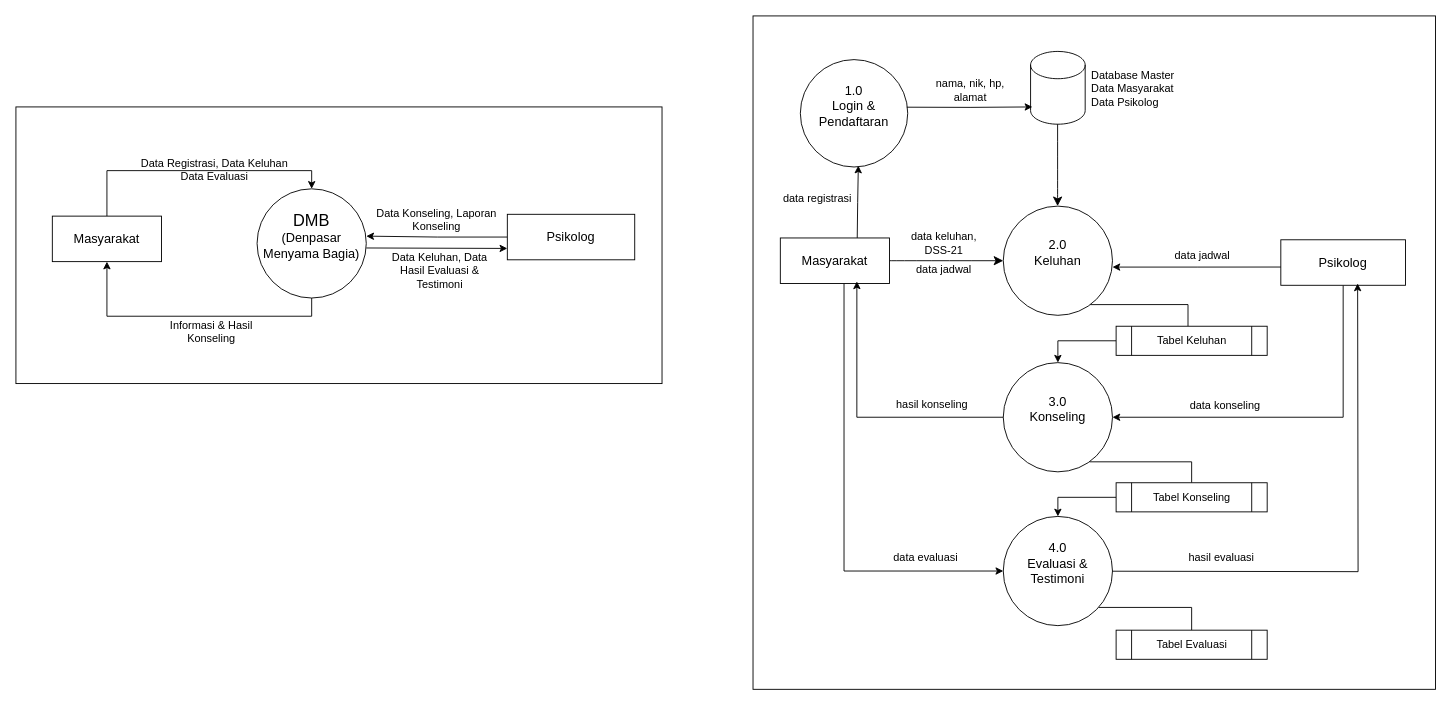
The draw.io diagram env_designs/dfd_dmb.drawio in zeneight/drawio, before the edit. Source tidied: cells renumbered, new cells numbered last; positions are measured from the earlier drawing's top-left corner, leaving out a move shared by most shapes. Both pictures are drawn from the tidied source at 91%, with x=0, y=0 at pixel (15, 15).
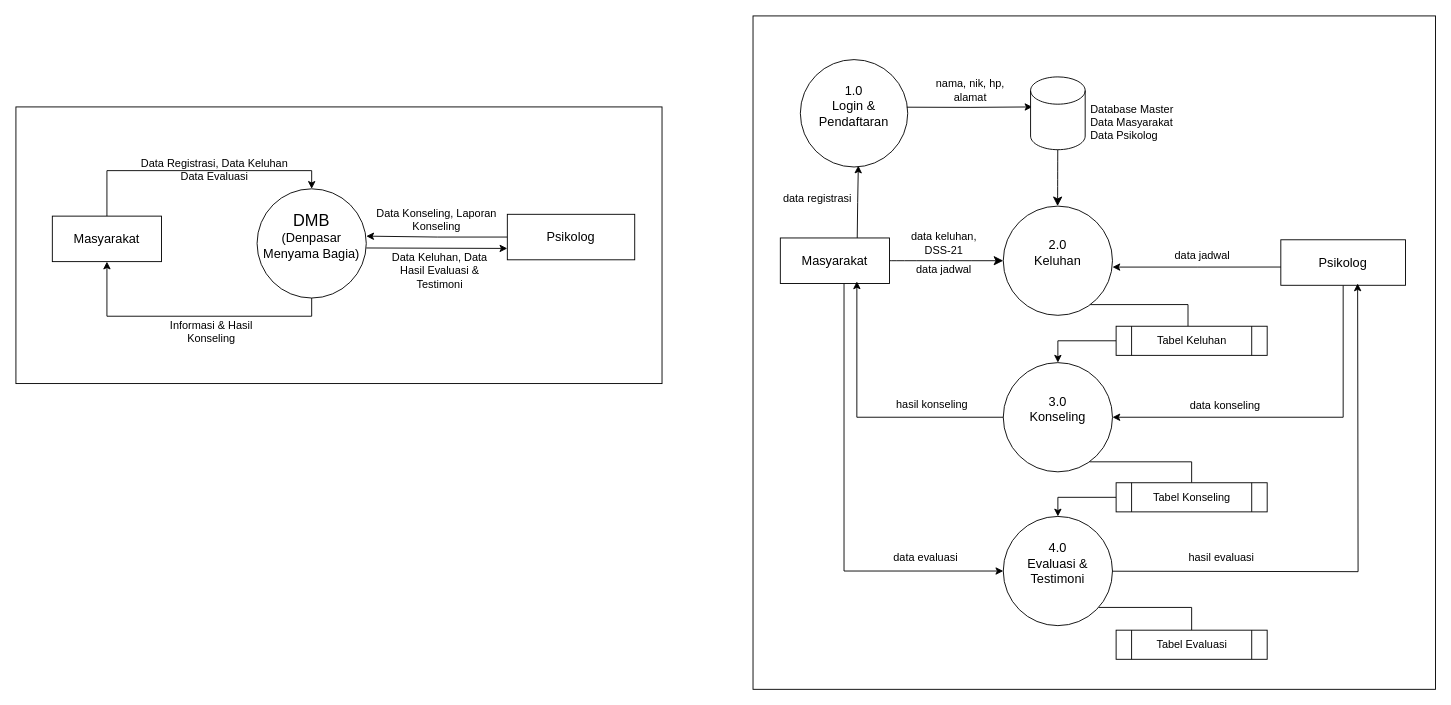
The same diagram, later.

Diff of the diagram source:
```diff
@@
-    <mxCell id="9" style="shape=cylinder3;whiteSpace=wrap;html=1;boundedLbl=1;backgroundOutline=1;size=15;" parent="1" vertex="1">
-      <mxGeometry x="1115" y="39" width="60" height="80" as="geometry" />
-    </mxCell>
     <mxCell id="10" value="&lt;div style=&quot;font-size: 12px;&quot;&gt;Database Master Data Masyarakat&lt;/div&gt;&lt;div style=&quot;font-size: 12px;&quot;&gt;Data Psikolog&lt;br&gt;&lt;/div&gt;" style="text;html=1;align=left;verticalAlign=middle;whiteSpace=wrap;rounded=0;fontSize=12;" parent="1" vertex="1">
-      <mxGeometry x="1180" y="50" width="100" height="60" as="geometry" />
+      <mxGeometry x="1179" y="87" width="100" height="60" as="geometry" />
     </mxCell>
-    <mxCell id="11" style="edgeStyle=none;curved=1;rounded=0;orthogonalLoop=1;jettySize=auto;html=1;fontSize=12;startSize=8;endSize=8;endArrow=none;endFill=0;startArrow=classic;startFill=1;" parent="1" edge="1">
+    <mxCell id="11" style="edgeStyle=none;curved=1;rounded=0;jettySize=auto;html=1;fontSize=12;startSize=8;endSize=8;endArrow=none;endFill=0;startArrow=classic;startFill=1;" parent="1" edge="1" source="9">
       <mxGeometry relative="1" as="geometry">
-        <mxPoint x="1144.7" y="209" as="sourcePoint" />
         <mxPoint x="1144.7" y="119" as="targetPoint" />
       </mxGeometry>
     </mxCell>
@@
+    <mxCell id="51" style="edgeStyle=none;curved=1;rounded=0;jettySize=auto;html=1;fontSize=12;startSize=8;endSize=8;endArrow=none;endFill=0;startArrow=classic;startFill=1;" parent="1" edge="1" target="9">
+      <mxGeometry relative="1" as="geometry">
+        <mxPoint x="1144.7" y="209" as="sourcePoint" />
+      </mxGeometry>
+    </mxCell>
+    <mxCell id="9" style="shape=cylinder3;whiteSpace=wrap;html=1;boundedLbl=1;backgroundOutline=1;size=15;" parent="1" vertex="1">
+      <mxGeometry x="1115" y="67" width="60" height="80" as="geometry" />
+    </mxCell>
```
